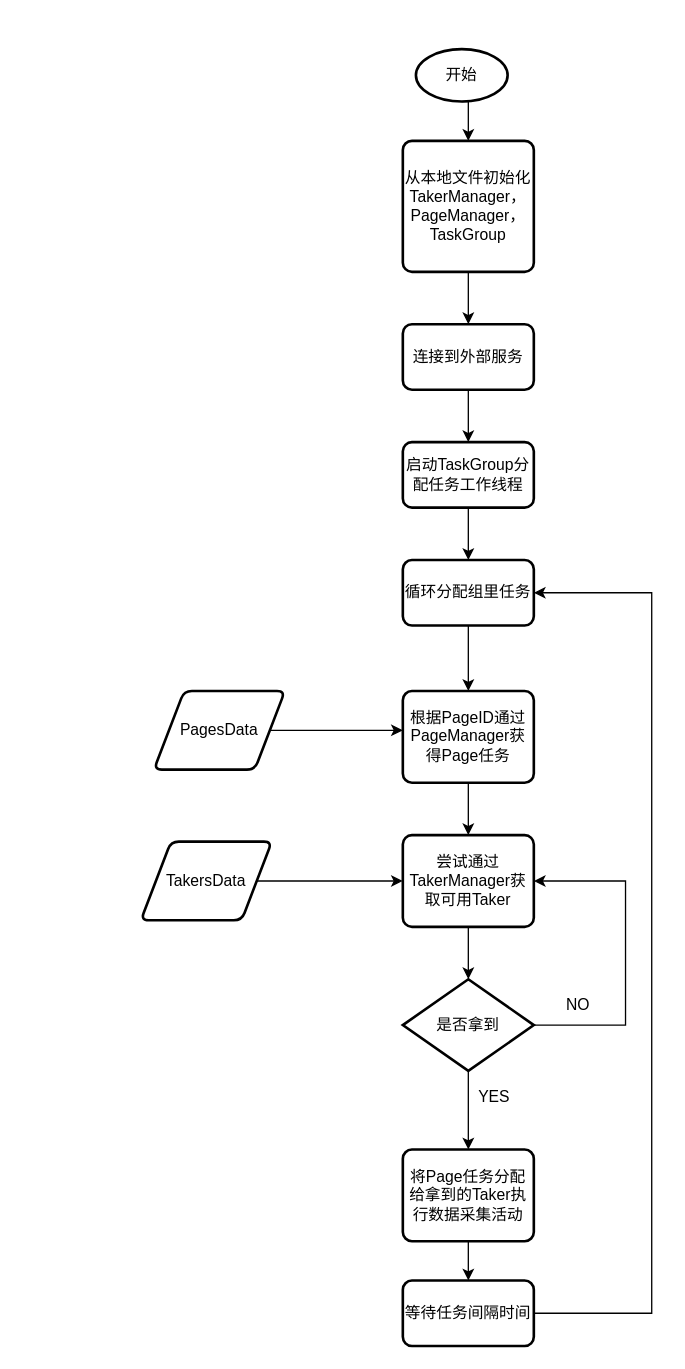
Earlier version of the draw.io diagram page "Page-1" (1 of 2) of 采集控制流程.drawio (AugustusGao/CommonReptile). Source tidied: cells renumbered, new cells numbered last; positions are measured from the earlier drawing's top-left corner, leaving out a move shared by most shapes. Both pictures are drawn from the tidied source at 131%, with x=0, y=0 at pixel (140, 48).
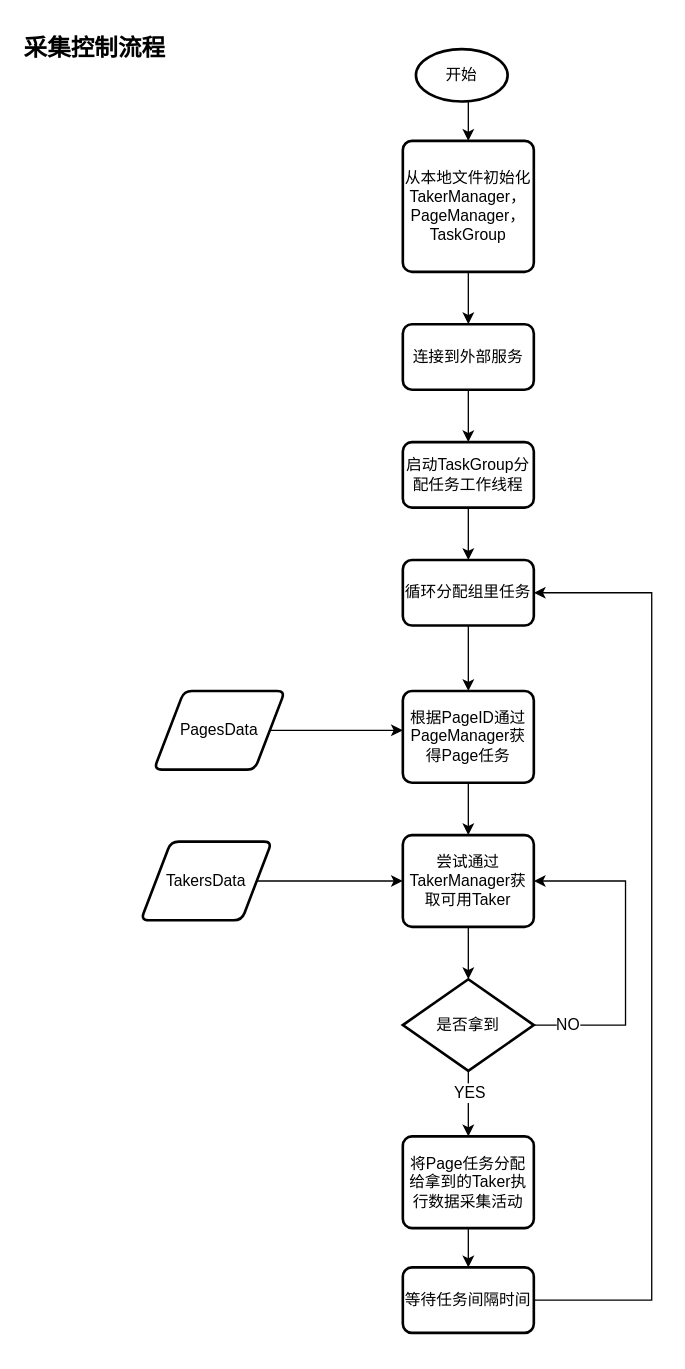
The same diagram, later.

Commit message:
具体Pull方式获取数据流程.drawio

Unchanged cells that the change refers to:
```xml
<mxCell id="16" style="edgeStyle=orthogonalEdgeStyle;rounded=0;jettySize=auto;html=1;exitX=1;exitY=0.5;exitDx=0;exitDy=0;exitPerimeter=0;entryX=1;entryY=0.5;entryDx=0;entryDy=0;" parent="1" edge="1" source="18" target="15">
  <mxGeometry relative="1" as="geometry">
    <Array as="points">
      <mxPoint x="370" y="745" />
      <mxPoint x="370" y="635" />
    </Array>
  </mxGeometry>
</mxCell>
<mxCell id="18" value="是否拿到" style="strokeWidth=2;html=1;shape=mxgraph.flowchart.decision;whiteSpace=wrap;" parent="1" vertex="1">
  <mxGeometry x="200" y="710" width="100" height="70" as="geometry" />
</mxCell>
<mxCell id="28" value="&lt;span&gt;循环分配组里任务&lt;/span&gt;" style="rounded=1;whiteSpace=wrap;html=1;absoluteArcSize=1;arcSize=14;strokeWidth=2;" parent="1" vertex="1">
  <mxGeometry x="200" y="390" width="100" height="50" as="geometry" />
</mxCell>
```

Diff of the diagram source:
```diff
@@
+    <mxCell id="19" value="NO" style="edgeLabel;html=1;align=center;verticalAlign=middle;fontSize=12;" parent="16" vertex="1">
+      <mxGeometry x="-0.8" y="1" relative="1" as="geometry" />
+    </mxCell>
-    <mxCell id="17" style="edgeStyle=orthogonalEdgeStyle;rounded=0;jettySize=auto;html=1;exitX=0.5;exitY=1;exitDx=0;exitDy=0;exitPerimeter=0;entryX=0.5;entryY=0;entryDx=0;entryDy=0;" parent="1" edge="1" source="18" target="21">
+    <mxCell id="17" style="edgeStyle=orthogonalEdgeStyle;rounded=0;jettySize=auto;html=1;exitX=0.5;exitY=1;exitDx=0;exitDy=0;exitPerimeter=0;fontSize=12;" parent="1" edge="1" source="18" target="21">
       <mxGeometry relative="1" as="geometry" />
     </mxCell>
+    <mxCell id="22" value="YES" style="edgeLabel;html=1;align=center;verticalAlign=middle;fontSize=12;" parent="17" vertex="1">
+      <mxGeometry x="-0.35" relative="1" as="geometry" />
+    </mxCell>
@@
-    <mxCell id="19" value="NO" style="text;html=1;strokeColor=none;fillColor=none;align=center;verticalAlign=middle;whiteSpace=wrap;rounded=0;" parent="1" vertex="1">
-      <mxGeometry x="314" y="720" width="40" height="20" as="geometry" />
-    </mxCell>
@@
     <mxCell id="21" value="将Page任务分配给拿到的Taker执行数据采集活动" style="rounded=1;whiteSpace=wrap;html=1;absoluteArcSize=1;arcSize=14;strokeWidth=2;" parent="1" vertex="1">
-      <mxGeometry x="200" y="840" width="100" height="70" as="geometry" />
+      <mxGeometry x="200" y="830" width="100" height="70" as="geometry" />
     </mxCell>
-    <mxCell id="22" value="YES" style="text;html=1;strokeColor=none;fillColor=none;align=center;verticalAlign=middle;whiteSpace=wrap;rounded=0;" parent="1" vertex="1">
-      <mxGeometry x="250" y="790" width="40" height="20" as="geometry" />
-    </mxCell>
@@
     <mxCell id="25" style="edgeStyle=orthogonalEdgeStyle;rounded=0;jettySize=auto;html=1;exitX=1;exitY=0.5;exitDx=0;exitDy=0;entryX=1;entryY=0.5;entryDx=0;entryDy=0;" parent="1" edge="1" source="26" target="28">
       <mxGeometry relative="1" as="geometry">
         <Array as="points">
-          <mxPoint x="390" y="965" />
+          <mxPoint x="390" y="955" />
           <mxPoint x="390" y="415" />
         </Array>
       </mxGeometry>
     </mxCell>
     <mxCell id="26" value="等待任务间隔时间" style="rounded=1;whiteSpace=wrap;html=1;absoluteArcSize=1;arcSize=14;strokeWidth=2;" parent="1" vertex="1">
-      <mxGeometry x="200" y="940" width="100" height="50" as="geometry" />
+      <mxGeometry x="200" y="930" width="100" height="50" as="geometry" />
     </mxCell>
@@
+    <mxCell id="29" value="采集控制流程" style="text;html=1;strokeColor=none;fillColor=none;align=center;verticalAlign=middle;whiteSpace=wrap;rounded=0;fontStyle=1;fontSize=18;" parent="1" vertex="1">
+      <mxGeometry x="-90" y="-20" width="110" height="40" as="geometry" />
+    </mxCell>
```
